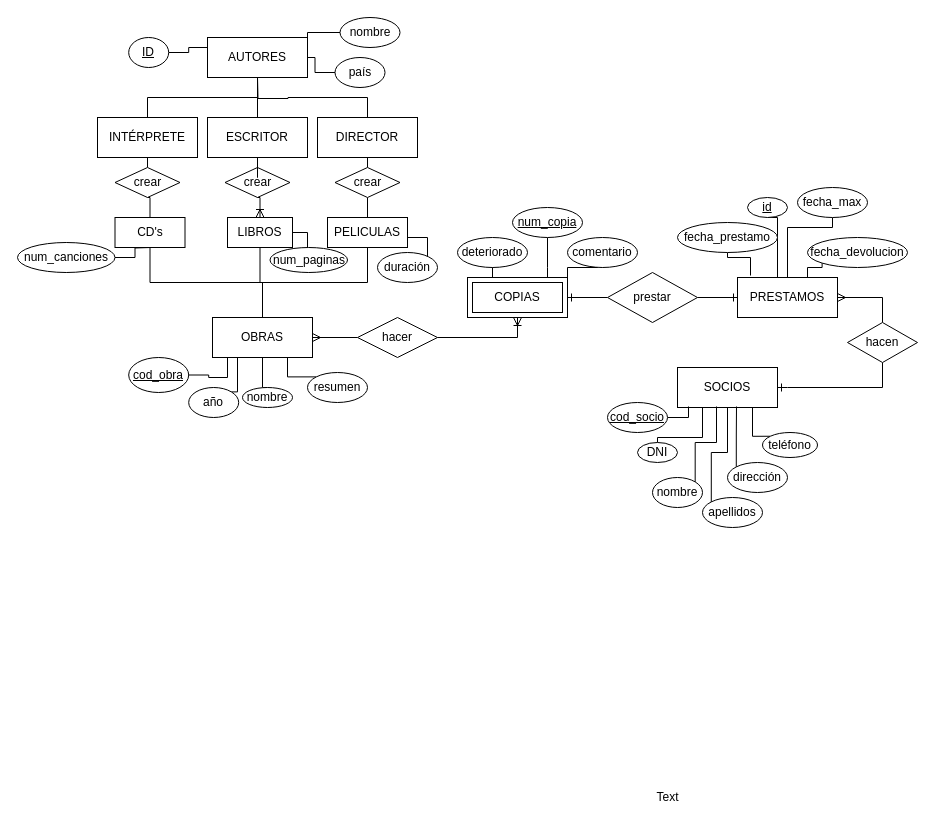
Earlier version of the draw.io diagram Untitled Diagram.drawio (idominguez25/Curso_JavaAngular). Source tidied: cells renumbered, new cells numbered last; positions are measured from the earlier drawing's top-left corner, leaving out a move shared by most shapes. Both pictures are drawn from the tidied source at 100%, with x=0, y=0 at pixel (17, 17).
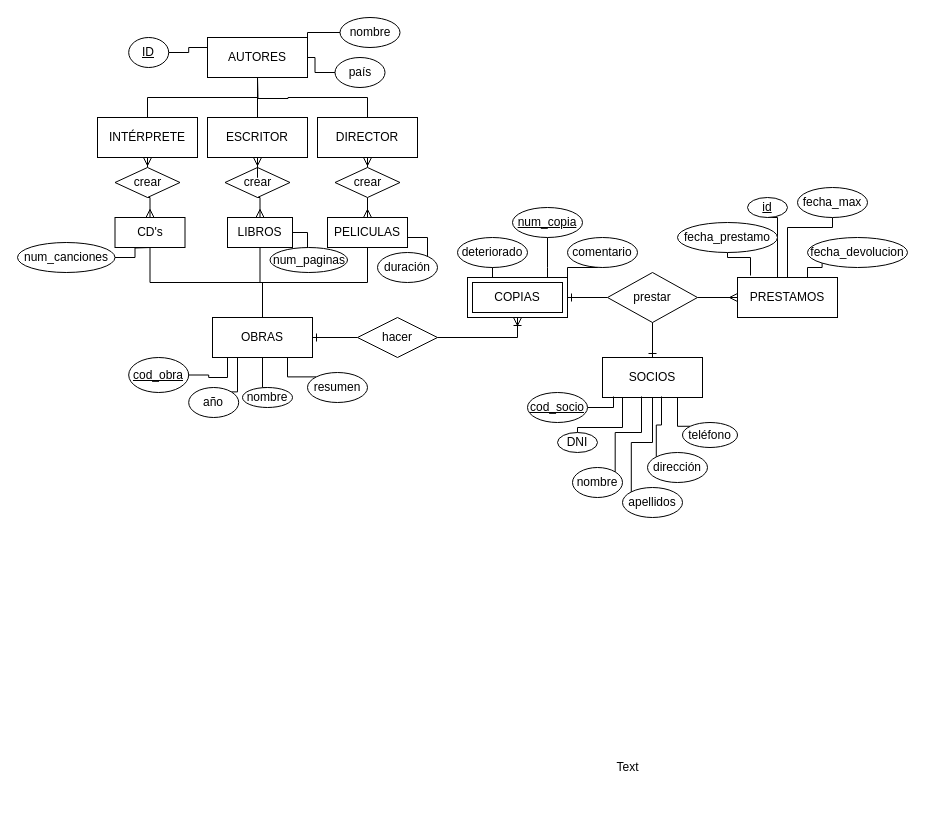
The same page after the edit.

Unchanged cells that the change refers to:
```xml
<mxCell id="4" value="prestar" style="shape=rhombus;perimeter=rhombusPerimeter;whiteSpace=wrap;html=1;align=center;" parent="1" vertex="1">
  <mxGeometry x="590" y="255" width="90" height="50" as="geometry" />
</mxCell>
<mxCell id="8" value="PRESTAMOS" style="whiteSpace=wrap;html=1;align=center;" parent="1" vertex="1">
  <mxGeometry x="720" y="260" width="100" height="40" as="geometry" />
</mxCell>
<mxCell id="17" value="OBRAS" style="whiteSpace=wrap;html=1;align=center;" parent="1" vertex="1">
  <mxGeometry x="195" y="300" width="100" height="40" as="geometry" />
</mxCell>
<mxCell id="19" value="CD's" style="whiteSpace=wrap;html=1;align=center;" parent="1" vertex="1">
  <mxGeometry x="97.5" y="200" width="70" height="30" as="geometry" />
</mxCell>
<mxCell id="23" value="PELICULAS" style="whiteSpace=wrap;html=1;align=center;" parent="1" vertex="1">
  <mxGeometry x="310" y="200" width="80" height="30" as="geometry" />
</mxCell>
<mxCell id="24" value="hacer" style="shape=rhombus;perimeter=rhombusPerimeter;whiteSpace=wrap;html=1;align=center;" parent="1" vertex="1">
  <mxGeometry x="340" y="300" width="80" height="40" as="geometry" />
</mxCell>
<mxCell id="28" value="crear" style="shape=rhombus;perimeter=rhombusPerimeter;whiteSpace=wrap;html=1;align=center;" parent="1" vertex="1">
  <mxGeometry x="207.5" y="150" width="65" height="30" as="geometry" />
</mxCell>
<mxCell id="71" value="INTÉRPRETE" style="whiteSpace=wrap;html=1;align=center;" parent="1" vertex="1">
  <mxGeometry x="80" y="100" width="100" height="40" as="geometry" />
</mxCell>
<mxCell id="74" value="ESCRITOR" style="whiteSpace=wrap;html=1;align=center;" parent="1" vertex="1">
  <mxGeometry x="190" y="100" width="100" height="40" as="geometry" />
</mxCell>
<mxCell id="77" value="DIRECTOR" style="whiteSpace=wrap;html=1;align=center;" parent="1" vertex="1">
  <mxGeometry x="300" y="100" width="100" height="40" as="geometry" />
</mxCell>
<mxCell id="79" value="crear" style="shape=rhombus;perimeter=rhombusPerimeter;whiteSpace=wrap;html=1;align=center;" parent="1" vertex="1">
  <mxGeometry x="317.5" y="150" width="65" height="30" as="geometry" />
</mxCell>
<mxCell id="81" value="crear" style="shape=rhombus;perimeter=rhombusPerimeter;whiteSpace=wrap;html=1;align=center;" parent="1" vertex="1">
  <mxGeometry x="97.5" y="150" width="65" height="30" as="geometry" />
</mxCell>
<mxCell id="83" value="LIBROS" style="whiteSpace=wrap;html=1;align=center;" parent="1" vertex="1">
  <mxGeometry x="210" y="200" width="65" height="30" as="geometry" />
</mxCell>
```

The edit, as a diff of the source:
```diff
@@
-    <mxCell id="2" style="edgeStyle=entityRelationEdgeStyle;endArrow=ERone;startArrow=none;endFill=0;startFill=0;rounded=0;" parent="1" edge="1" source="4" target="8">
+    <mxCell id="2" style="edgeStyle=entityRelationEdgeStyle;endArrow=ERmany;startArrow=none;endFill=0;startFill=0;rounded=0;" parent="1" edge="1" source="4" target="8">
       <mxGeometry relative="1" as="geometry" />
     </mxCell>
@@
-    <mxCell id="5" style="edgeStyle=orthogonalEdgeStyle;rounded=0;jettySize=auto;html=1;entryX=0.5;entryY=1;entryDx=0;entryDy=0;startArrow=ERone;startFill=0;endArrow=none;endFill=0;exitX=1;exitY=0.5;exitDx=0;exitDy=0;" parent="1" edge="1" source="9" target="26">
-      <mxGeometry relative="1" as="geometry">
-        <Array as="points">
-          <mxPoint x="770" y="370" />
-          <mxPoint x="865" y="370" />
-        </Array>
-      </mxGeometry>
-    </mxCell>
@@
+    <mxCell id="84" style="edgeStyle=orthogonalEdgeStyle;rounded=0;jettySize=auto;html=1;entryX=0.5;entryY=1;entryDx=0;entryDy=0;startArrow=ERone;startFill=0;endArrow=none;endFill=0;" parent="1" edge="1" source="9" target="4">
+      <mxGeometry relative="1" as="geometry" />
+    </mxCell>
     <mxCell id="9" value="SOCIOS" style="whiteSpace=wrap;html=1;align=center;" parent="1" vertex="1">
-      <mxGeometry x="660" y="350" width="100" height="40" as="geometry" />
+      <mxGeometry x="585" y="340" width="100" height="40" as="geometry" />
     </mxCell>
     <mxCell id="10" value="Text" style="text;html=1;align=center;verticalAlign=middle;" parent="1" vertex="1">
-      <mxGeometry x="630" y="770" width="40" height="20" as="geometry" />
+      <mxGeometry x="590" y="740" width="40" height="20" as="geometry" />
     </mxCell>
-    <mxCell id="11" style="edgeStyle=orthogonalEdgeStyle;rounded=0;jettySize=auto;html=1;startArrow=none;startFill=0;endArrow=ERmany;endFill=0;strokeColor=#000000;entryX=1;entryY=0.5;entryDx=0;entryDy=0;exitX=0.5;exitY=0;exitDx=0;exitDy=0;" parent="1" edge="1" source="26" target="8">
-      <mxGeometry relative="1" as="geometry" />
-    </mxCell>
-    <mxCell id="12" style="edgeStyle=orthogonalEdgeStyle;rounded=0;jettySize=auto;html=1;startArrow=none;startFill=0;endArrow=ERmany;endFill=0;strokeColor=#000000;" parent="1" edge="1" source="24" target="17">
+    <mxCell id="12" style="edgeStyle=orthogonalEdgeStyle;rounded=0;jettySize=auto;html=1;startArrow=none;startFill=0;endArrow=ERone;endFill=0;strokeColor=#000000;" parent="1" edge="1" source="24" target="17">
       <mxGeometry relative="1" as="geometry" />
     </mxCell>
@@
-    <mxCell id="26" value="hacen" style="shape=rhombus;perimeter=rhombusPerimeter;whiteSpace=wrap;html=1;align=center;" parent="1" vertex="1">
-      <mxGeometry x="830" y="305" width="70" height="40" as="geometry" />
-    </mxCell>
@@
-    <mxCell id="29" style="edgeStyle=orthogonalEdgeStyle;rounded=0;jettySize=auto;html=1;startArrow=ERoneToMany;startFill=0;endArrow=none;endFill=0;strokeColor=#000000;" parent="1" edge="1" source="83" target="28">
+    <mxCell id="29" style="edgeStyle=orthogonalEdgeStyle;rounded=0;jettySize=auto;html=1;startArrow=ERmany;startFill=0;endArrow=none;endFill=0;strokeColor=#000000;" parent="1" edge="1" source="83" target="28">
       <mxGeometry relative="1" as="geometry" />
     </mxCell>
@@
     <mxCell id="50" value="&lt;u&gt;cod_socio&lt;/u&gt;" style="ellipse;whiteSpace=wrap;html=1;" parent="1" vertex="1">
-      <mxGeometry x="590" y="385" width="60" height="30" as="geometry" />
+      <mxGeometry x="510" y="375" width="60" height="30" as="geometry" />
     </mxCell>
     <mxCell id="51" style="edgeStyle=orthogonalEdgeStyle;rounded=0;jettySize=auto;html=1;entryX=0.25;entryY=1;entryDx=0;entryDy=0;startArrow=none;startFill=0;endArrow=none;endFill=0;strokeColor=#000000;" parent="1" edge="1" source="52" target="9">
       <mxGeometry relative="1" as="geometry">
         <Array as="points">
-          <mxPoint x="640" y="420" />
-          <mxPoint x="685" y="420" />
+          <mxPoint x="560" y="410" />
+          <mxPoint x="605" y="410" />
         </Array>
       </mxGeometry>
     </mxCell>
     <mxCell id="52" value="DNI" style="ellipse;whiteSpace=wrap;html=1;" parent="1" vertex="1">
-      <mxGeometry x="620" y="425" width="40" height="20" as="geometry" />
+      <mxGeometry x="540" y="415" width="40" height="20" as="geometry" />
     </mxCell>
@@
     <mxCell id="54" value="nombre" style="ellipse;whiteSpace=wrap;html=1;" parent="1" vertex="1">
-      <mxGeometry x="635" y="460" width="50" height="30" as="geometry" />
+      <mxGeometry x="555" y="450" width="50" height="30" as="geometry" />
     </mxCell>
@@
     <mxCell id="56" value="apellidos" style="ellipse;whiteSpace=wrap;html=1;" parent="1" vertex="1">
-      <mxGeometry x="685" y="480" width="60" height="30" as="geometry" />
+      <mxGeometry x="605" y="470" width="60" height="30" as="geometry" />
     </mxCell>
@@
     <mxCell id="58" value="dirección" style="ellipse;whiteSpace=wrap;html=1;" parent="1" vertex="1">
-      <mxGeometry x="710" y="445" width="60" height="30" as="geometry" />
+      <mxGeometry x="630" y="435" width="60" height="30" as="geometry" />
     </mxCell>
@@
     <mxCell id="60" value="teléfono" style="ellipse;whiteSpace=wrap;html=1;" parent="1" vertex="1">
-      <mxGeometry x="745" y="415" width="55" height="25" as="geometry" />
+      <mxGeometry x="665" y="405" width="55" height="25" as="geometry" />
     </mxCell>
@@
-    <mxCell id="70" style="edgeStyle=orthogonalEdgeStyle;rounded=0;jettySize=auto;html=1;exitX=0.5;exitY=1;exitDx=0;exitDy=0;entryX=0.5;entryY=0;entryDx=0;entryDy=0;endArrow=none;endFill=0;" parent="1" edge="1" source="71" target="81">
+    <mxCell id="70" style="edgeStyle=orthogonalEdgeStyle;rounded=0;jettySize=auto;html=1;exitX=0.5;exitY=1;exitDx=0;exitDy=0;entryX=0.5;entryY=0;entryDx=0;entryDy=0;endArrow=none;endFill=0;startArrow=ERmany;startFill=0;" parent="1" edge="1" source="71" target="81">
       <mxGeometry relative="1" as="geometry" />
     </mxCell>
@@
-    <mxCell id="73" style="edgeStyle=orthogonalEdgeStyle;rounded=0;jettySize=auto;html=1;entryX=0.5;entryY=0;entryDx=0;entryDy=0;endArrow=none;endFill=0;" parent="1" edge="1" source="74" target="28">
+    <mxCell id="73" style="edgeStyle=orthogonalEdgeStyle;rounded=0;jettySize=auto;html=1;entryX=0.5;entryY=0;entryDx=0;entryDy=0;endArrow=none;endFill=0;startArrow=ERmany;startFill=0;" parent="1" edge="1" source="74" target="28">
       <mxGeometry relative="1" as="geometry" />
     </mxCell>
@@
-    <mxCell id="76" style="edgeStyle=orthogonalEdgeStyle;rounded=0;jettySize=auto;html=1;exitX=0.5;exitY=1;exitDx=0;exitDy=0;entryX=0.5;entryY=0;entryDx=0;entryDy=0;endArrow=none;endFill=0;" parent="1" edge="1" source="77" target="79">
+    <mxCell id="76" style="edgeStyle=orthogonalEdgeStyle;rounded=0;jettySize=auto;html=1;exitX=0.5;exitY=1;exitDx=0;exitDy=0;entryX=0.5;entryY=0;entryDx=0;entryDy=0;endArrow=none;endFill=0;startArrow=ERmany;startFill=0;" parent="1" edge="1" source="77" target="79">
       <mxGeometry relative="1" as="geometry" />
     </mxCell>
@@
-    <mxCell id="78" style="edgeStyle=orthogonalEdgeStyle;rounded=0;jettySize=auto;html=1;exitX=0.5;exitY=1;exitDx=0;exitDy=0;entryX=0.5;entryY=0;entryDx=0;entryDy=0;endArrow=none;endFill=0;" parent="1" edge="1" source="79" target="23">
+    <mxCell id="78" style="edgeStyle=orthogonalEdgeStyle;rounded=0;jettySize=auto;html=1;exitX=0.5;exitY=1;exitDx=0;exitDy=0;entryX=0.5;entryY=0;entryDx=0;entryDy=0;endArrow=ERmany;endFill=0;" parent="1" edge="1" source="79" target="23">
       <mxGeometry relative="1" as="geometry" />
     </mxCell>
@@
-    <mxCell id="80" style="edgeStyle=orthogonalEdgeStyle;rounded=0;jettySize=auto;html=1;exitX=0.5;exitY=1;exitDx=0;exitDy=0;entryX=0.5;entryY=0;entryDx=0;entryDy=0;endArrow=none;endFill=0;" parent="1" edge="1" source="81" target="19">
+    <mxCell id="80" style="edgeStyle=orthogonalEdgeStyle;rounded=0;jettySize=auto;html=1;exitX=0.5;exitY=1;exitDx=0;exitDy=0;entryX=0.5;entryY=0;entryDx=0;entryDy=0;endArrow=ERmany;endFill=0;" parent="1" edge="1" source="81" target="19">
       <mxGeometry relative="1" as="geometry" />
     </mxCell>
```
